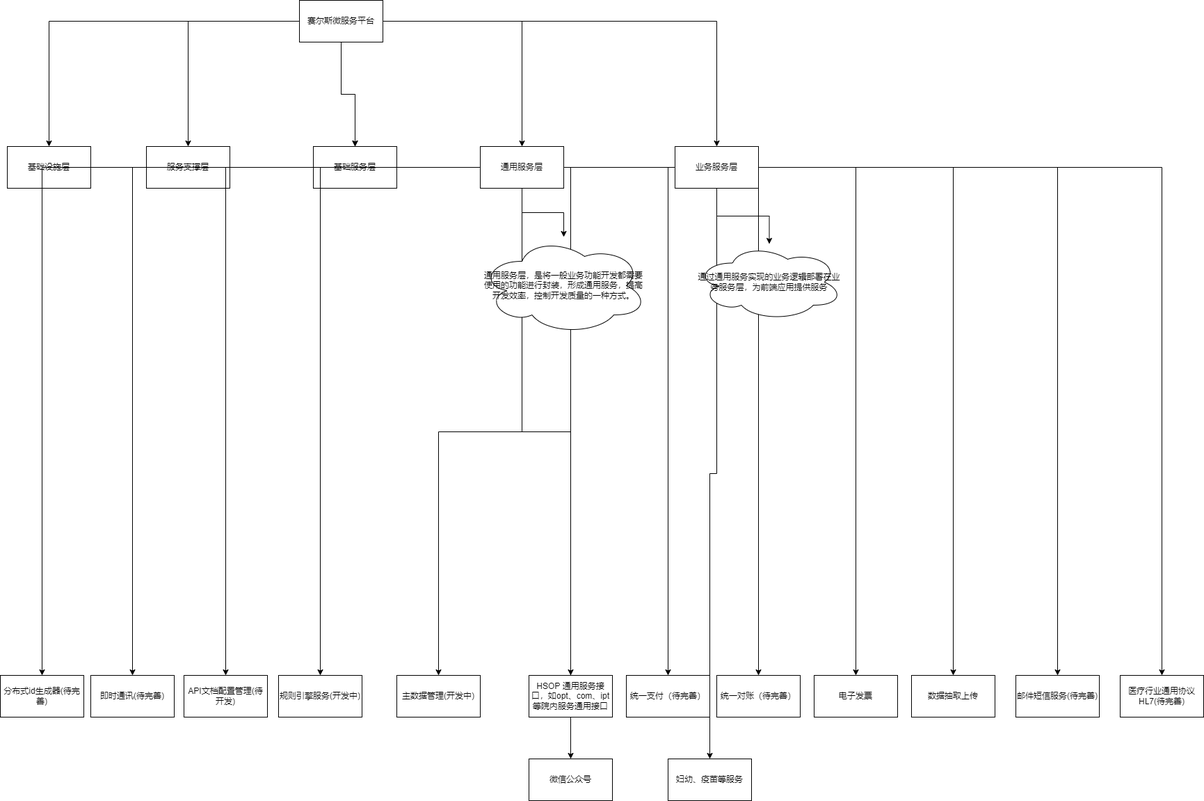
This is 平台结构.drawio.png from climbLiu/doc, a draw.io export, as it was before one commit. Source tidied: cells renumbered, new cells last; positions are measured from the earlier drawing's top-left corner, leaving out a move shared by most shapes.
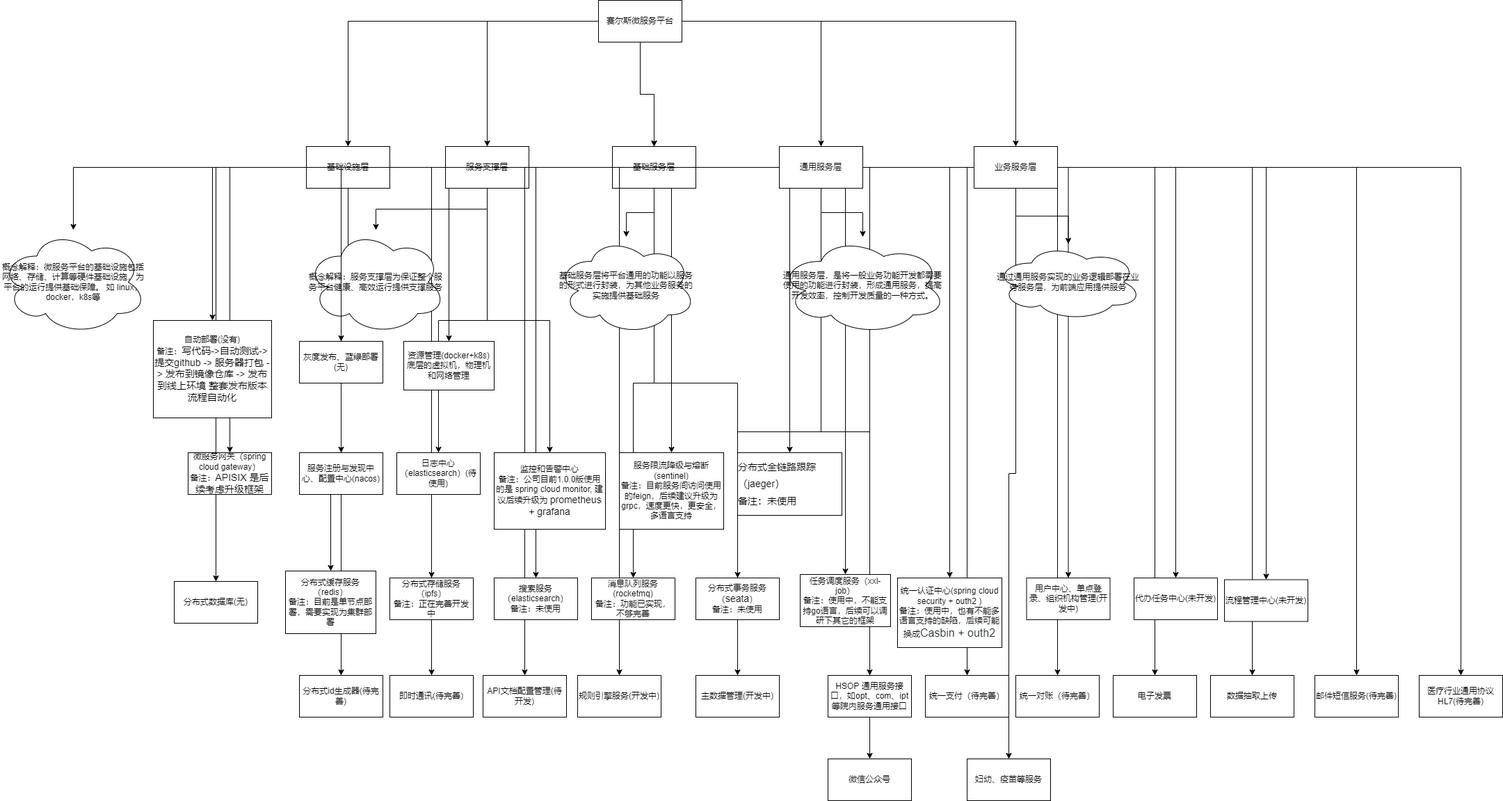
Later version of the same file.

Commit message:
更新平台结构.drawio.png

Diff of the diagram source:
```diff
@@ -23,13 +23,82 @@
     <mxCell id="8" value="赛尔斯微服务平台" style="whiteSpace=wrap;html=1;align=center;newEdgeStyle={&quot;edgeStyle&quot;:&quot;elbowEdgeStyle&quot;,&quot;startArrow&quot;:&quot;none&quot;,&quot;endArrow&quot;:&quot;none&quot;};" parent="1" vertex="1">
       <mxGeometry x="430" width="120" height="60" as="geometry" />
     </mxCell>
+    <mxCell id="46" style="edgeStyle=orthogonalEdgeStyle;rounded=0;jettySize=auto;html=1;" parent="1" edge="1" source="9" target="69">
+      <mxGeometry relative="1" as="geometry" />
+    </mxCell>
+    <mxCell id="47" style="edgeStyle=orthogonalEdgeStyle;rounded=0;jettySize=auto;html=1;" parent="1" edge="1" source="9" target="88">
+      <mxGeometry relative="1" as="geometry" />
+    </mxCell>
+    <mxCell id="48" style="edgeStyle=orthogonalEdgeStyle;rounded=0;jettySize=auto;html=1;" parent="1" edge="1" source="9" target="91">
+      <mxGeometry relative="1" as="geometry" />
+    </mxCell>
+    <mxCell id="49" style="edgeStyle=orthogonalEdgeStyle;rounded=0;jettySize=auto;html=1;" parent="1" edge="1" source="9" target="89">
+      <mxGeometry relative="1" as="geometry" />
+    </mxCell>
-    <mxCell id="9" value="基础设施层" style="whiteSpace=wrap;html=1;align=center;newEdgeStyle={&quot;edgeStyle&quot;:&quot;elbowEdgeStyle&quot;,&quot;startArrow&quot;:&quot;none&quot;,&quot;endArrow&quot;:&quot;none&quot;};" parent="1" vertex="1" collapsed="1">
+    <mxCell id="9" value="基础设施层" style="whiteSpace=wrap;html=1;align=center;newEdgeStyle={&quot;edgeStyle&quot;:&quot;elbowEdgeStyle&quot;,&quot;startArrow&quot;:&quot;none&quot;,&quot;endArrow&quot;:&quot;none&quot;};" parent="1" vertex="1">
       <mxGeometry x="10" y="210" width="120" height="60" as="geometry" />
     </mxCell>
+    <mxCell id="50" style="edgeStyle=orthogonalEdgeStyle;rounded=0;jettySize=auto;html=1;" parent="1" edge="1" source="10" target="70">
+      <mxGeometry relative="1" as="geometry" />
+    </mxCell>
+    <mxCell id="51" style="edgeStyle=orthogonalEdgeStyle;rounded=0;jettySize=auto;html=1;" parent="1" edge="1" source="10" target="72">
+      <mxGeometry relative="1" as="geometry" />
+    </mxCell>
+    <mxCell id="52" style="edgeStyle=orthogonalEdgeStyle;rounded=0;jettySize=auto;html=1;" parent="1" edge="1" source="10" target="73">
+      <mxGeometry relative="1" as="geometry" />
+    </mxCell>
+    <mxCell id="53" style="edgeStyle=orthogonalEdgeStyle;rounded=0;jettySize=auto;html=1;" parent="1" edge="1" source="10" target="74">
+      <mxGeometry relative="1" as="geometry" />
+    </mxCell>
+    <mxCell id="54" style="edgeStyle=orthogonalEdgeStyle;rounded=0;jettySize=auto;html=1;" parent="1" edge="1" source="10" target="75">
+      <mxGeometry relative="1" as="geometry" />
+    </mxCell>
+    <mxCell id="55" style="edgeStyle=orthogonalEdgeStyle;rounded=0;jettySize=auto;html=1;" parent="1" edge="1" source="10" target="76">
+      <mxGeometry relative="1" as="geometry" />
+    </mxCell>
+    <mxCell id="56" style="edgeStyle=orthogonalEdgeStyle;rounded=0;jettySize=auto;html=1;" parent="1" edge="1" source="10" target="82">
+      <mxGeometry relative="1" as="geometry" />
+    </mxCell>
-    <mxCell id="10" value="服务支撑层" style="whiteSpace=wrap;html=1;align=center;newEdgeStyle={&quot;edgeStyle&quot;:&quot;elbowEdgeStyle&quot;,&quot;startArrow&quot;:&quot;none&quot;,&quot;endArrow&quot;:&quot;none&quot;};" parent="1" vertex="1" collapsed="1">
+    <mxCell id="10" value="服务支撑层" style="whiteSpace=wrap;html=1;align=center;newEdgeStyle={&quot;edgeStyle&quot;:&quot;elbowEdgeStyle&quot;,&quot;startArrow&quot;:&quot;none&quot;,&quot;endArrow&quot;:&quot;none&quot;};" parent="1" vertex="1">
       <mxGeometry x="210" y="210" width="120" height="60" as="geometry" />
     </mxCell>
+    <mxCell id="57" style="edgeStyle=orthogonalEdgeStyle;rounded=0;jettySize=auto;html=1;" parent="1" edge="1" source="11" target="71">
+      <mxGeometry relative="1" as="geometry" />
+    </mxCell>
+    <mxCell id="58" style="edgeStyle=orthogonalEdgeStyle;rounded=0;jettySize=auto;html=1;startArrow=none;" parent="1" edge="1" source="91" target="77">
+      <mxGeometry relative="1" as="geometry" />
+    </mxCell>
+    <mxCell id="59" style="edgeStyle=orthogonalEdgeStyle;rounded=0;jettySize=auto;html=1;" parent="1" edge="1" source="11" target="78">
+      <mxGeometry relative="1" as="geometry" />
+    </mxCell>
+    <mxCell id="60" style="edgeStyle=orthogonalEdgeStyle;rounded=0;jettySize=auto;html=1;" parent="1" edge="1" source="11" target="79">
+      <mxGeometry relative="1" as="geometry" />
+    </mxCell>
+    <mxCell id="61" style="edgeStyle=orthogonalEdgeStyle;rounded=0;jettySize=auto;html=1;" parent="1" edge="1" source="11" target="80">
+      <mxGeometry relative="1" as="geometry" />
+    </mxCell>
+    <mxCell id="62" style="edgeStyle=orthogonalEdgeStyle;rounded=0;jettySize=auto;html=1;" parent="1" edge="1" source="11" target="81">
+      <mxGeometry relative="1" as="geometry" />
+    </mxCell>
+    <mxCell id="63" style="edgeStyle=orthogonalEdgeStyle;rounded=0;jettySize=auto;html=1;" parent="1" edge="1" source="11" target="83">
+      <mxGeometry relative="1" as="geometry" />
+    </mxCell>
+    <mxCell id="64" style="edgeStyle=orthogonalEdgeStyle;rounded=0;jettySize=auto;html=1;" parent="1" edge="1" source="11" target="84">
+      <mxGeometry relative="1" as="geometry" />
+    </mxCell>
+    <mxCell id="65" style="edgeStyle=orthogonalEdgeStyle;rounded=0;jettySize=auto;html=1;" parent="1" edge="1" source="11" target="85">
+      <mxGeometry relative="1" as="geometry" />
+    </mxCell>
+    <mxCell id="66" style="edgeStyle=orthogonalEdgeStyle;rounded=0;jettySize=auto;html=1;" parent="1" edge="1" source="11" target="86">
+      <mxGeometry relative="1" as="geometry" />
+    </mxCell>
+    <mxCell id="67" style="edgeStyle=orthogonalEdgeStyle;rounded=0;jettySize=auto;html=1;" parent="1" edge="1" source="11" target="87">
+      <mxGeometry relative="1" as="geometry" />
+    </mxCell>
+    <mxCell id="68" style="edgeStyle=orthogonalEdgeStyle;rounded=0;jettySize=auto;html=1;" parent="1" edge="1" source="11" target="90">
+      <mxGeometry relative="1" as="geometry" />
+    </mxCell>
-    <mxCell id="11" value="基础服务层" style="whiteSpace=wrap;html=1;align=center;newEdgeStyle={&quot;edgeStyle&quot;:&quot;elbowEdgeStyle&quot;,&quot;startArrow&quot;:&quot;none&quot;,&quot;endArrow&quot;:&quot;none&quot;};" parent="1" vertex="1" collapsed="1">
+    <mxCell id="11" value="基础服务层" style="whiteSpace=wrap;html=1;align=center;newEdgeStyle={&quot;edgeStyle&quot;:&quot;elbowEdgeStyle&quot;,&quot;startArrow&quot;:&quot;none&quot;,&quot;endArrow&quot;:&quot;none&quot;};" parent="1" vertex="1">
       <mxGeometry x="450" y="210" width="120" height="60" as="geometry" />
     </mxCell>
     <mxCell id="12" style="edgeStyle=orthogonalEdgeStyle;rounded=0;jettySize=auto;html=1;" parent="1" edge="1" source="25" target="30">
@@ -86,12 +155,69 @@
     <mxCell id="29" value="业务服务层" style="whiteSpace=wrap;html=1;align=center;newEdgeStyle={&quot;edgeStyle&quot;:&quot;elbowEdgeStyle&quot;,&quot;startArrow&quot;:&quot;none&quot;,&quot;endArrow&quot;:&quot;none&quot;};" parent="1" vertex="1">
       <mxGeometry x="970" y="210" width="120" height="60" as="geometry" />
     </mxCell>
+    <mxCell id="69" value="&lt;span&gt;概念解释：微服务平台的基础设施包括网络、存储、计算等硬件基础设施，为平台的运行提供基础保障。 如 linux，docker，k8s等&lt;/span&gt;" style="ellipse;shape=cloud;whiteSpace=wrap;html=1;" parent="1" vertex="1">
+      <mxGeometry x="-430" y="330" width="210" height="150" as="geometry" />
+    </mxCell>
+    <mxCell id="70" value="概念解释：服务支撑层为保证整个服务平台健康、高效运行提供支撑服务" style="ellipse;shape=cloud;whiteSpace=wrap;html=1;" parent="1" vertex="1">
+      <mxGeometry x="10" y="330" width="200" height="150" as="geometry" />
+    </mxCell>
+    <mxCell id="71" value="&#10;&#10;基础服务层将平台通用的功能以服务的形式进行封装，为其他业务服务的实施提供基础服务&#10;&#10;" style="ellipse;shape=cloud;whiteSpace=wrap;html=1;" parent="1" vertex="1">
+      <mxGeometry x="370" y="340" width="200" height="140" as="geometry" />
+    </mxCell>
     <mxCell id="30" value="通用服务层，是将一般业务功能开发都需要使用的功能进行封装，形成通用服务，提高开发效率，控制开发质量的一种方式。" style="ellipse;shape=cloud;whiteSpace=wrap;html=1;" parent="1" vertex="1">
       <mxGeometry x="690" y="340" width="240" height="140" as="geometry" />
     </mxCell>
     <mxCell id="31" value="通过通用服务实现的业务逻辑部署在业务服务层，为前端应用提供服务" style="ellipse;shape=cloud;whiteSpace=wrap;html=1;" parent="1" vertex="1">
       <mxGeometry x="1000" y="350" width="211" height="110" as="geometry" />
     </mxCell>
+    <mxCell id="72" value="服务注册与发现中心、配置中心(nacos)" style="whiteSpace=wrap;html=1;align=center;newEdgeStyle={&quot;edgeStyle&quot;:&quot;elbowEdgeStyle&quot;,&quot;startArrow&quot;:&quot;none&quot;,&quot;endArrow&quot;:&quot;none&quot;};" parent="1" vertex="1">
+      <mxGeometry y="650" width="120" height="60" as="geometry" />
+    </mxCell>
+    <mxCell id="73" value="日志中心（elasticsearch）(待使用)" style="whiteSpace=wrap;html=1;align=center;newEdgeStyle={&quot;edgeStyle&quot;:&quot;elbowEdgeStyle&quot;,&quot;startArrow&quot;:&quot;none&quot;,&quot;endArrow&quot;:&quot;none&quot;};" parent="1" vertex="1">
+      <mxGeometry x="140" y="650" width="120" height="60" as="geometry" />
+    </mxCell>
+    <mxCell id="74" value="监控和告警中心&lt;br&gt;备注：公司目前1.0.0版使用的是 spring cloud monitor, 建议后续升级为&amp;nbsp;&lt;span style=&quot;font-size: 14px ; text-align: left&quot;&gt;prometheus + grafana&lt;/span&gt;" style="whiteSpace=wrap;html=1;align=center;newEdgeStyle={&quot;edgeStyle&quot;:&quot;elbowEdgeStyle&quot;,&quot;startArrow&quot;:&quot;none&quot;,&quot;endArrow&quot;:&quot;none&quot;};" parent="1" vertex="1">
+      <mxGeometry x="280" y="650" width="160" height="110" as="geometry" />
+    </mxCell>
+    <mxCell id="75" value="服务限流降级与熔断(sentinel)&lt;br&gt;备注：目前服务间访问使用的feign，后续建议升级为grpc，速度更快，更安全，多语言支持" style="whiteSpace=wrap;html=1;align=center;newEdgeStyle={&quot;edgeStyle&quot;:&quot;elbowEdgeStyle&quot;,&quot;startArrow&quot;:&quot;none&quot;,&quot;endArrow&quot;:&quot;none&quot;};" parent="1" vertex="1">
+      <mxGeometry x="460" y="650" width="150" height="110" as="geometry" />
+    </mxCell>
+    <mxCell id="76" value="微服务网关（spring cloud gateway）&lt;br&gt;备注：&lt;span style=&quot;font-size: 14px ; text-align: left&quot;&gt;APISIX 是后续考虑升级框架&lt;/span&gt;" style="whiteSpace=wrap;html=1;align=center;newEdgeStyle={&quot;edgeStyle&quot;:&quot;elbowEdgeStyle&quot;,&quot;startArrow&quot;:&quot;none&quot;,&quot;endArrow&quot;:&quot;none&quot;};" parent="1" vertex="1">
+      <mxGeometry x="-160" y="650" width="120" height="60" as="geometry" />
+    </mxCell>
+    <mxCell id="77" value="分布式缓存服务（redis）&lt;br&gt;备注：目前是单节点部署，需要实现为集群部署" style="whiteSpace=wrap;html=1;align=center;newEdgeStyle={&quot;edgeStyle&quot;:&quot;elbowEdgeStyle&quot;,&quot;startArrow&quot;:&quot;none&quot;,&quot;endArrow&quot;:&quot;none&quot;};" parent="1" vertex="1">
+      <mxGeometry x="-20" y="820" width="130" height="90" as="geometry" />
+    </mxCell>
+    <mxCell id="78" value="分布式存储服务（ipfs）&lt;br&gt;备注：正在完善开发中" style="whiteSpace=wrap;html=1;align=center;newEdgeStyle={&quot;edgeStyle&quot;:&quot;elbowEdgeStyle&quot;,&quot;startArrow&quot;:&quot;none&quot;,&quot;endArrow&quot;:&quot;none&quot;};" parent="1" vertex="1">
+      <mxGeometry x="130" y="830" width="120" height="60" as="geometry" />
+    </mxCell>
+    <mxCell id="79" value="搜索服务（elasticsearch）&lt;br&gt;备注：未使用" style="whiteSpace=wrap;html=1;align=center;newEdgeStyle={&quot;edgeStyle&quot;:&quot;elbowEdgeStyle&quot;,&quot;startArrow&quot;:&quot;none&quot;,&quot;endArrow&quot;:&quot;none&quot;};" parent="1" vertex="1">
+      <mxGeometry x="280" y="830" width="120" height="60" as="geometry" />
+    </mxCell>
+    <mxCell id="80" value="消息队列服务(rocketmq)&lt;br&gt;备注：功能已实现，不够完善" style="whiteSpace=wrap;html=1;align=center;newEdgeStyle={&quot;edgeStyle&quot;:&quot;elbowEdgeStyle&quot;,&quot;startArrow&quot;:&quot;none&quot;,&quot;endArrow&quot;:&quot;none&quot;};" parent="1" vertex="1">
+      <mxGeometry x="420" y="830" width="120" height="60" as="geometry" />
+    </mxCell>
+    <mxCell id="81" value="分布式事务服务（&lt;span style=&quot;font-size: 14px ; text-align: left&quot;&gt;seata&lt;/span&gt;&lt;span&gt;）&lt;br&gt;&lt;/span&gt;备注：未使用" style="whiteSpace=wrap;html=1;align=center;newEdgeStyle={&quot;edgeStyle&quot;:&quot;elbowEdgeStyle&quot;,&quot;startArrow&quot;:&quot;none&quot;,&quot;endArrow&quot;:&quot;none&quot;};" parent="1" vertex="1">
+      <mxGeometry x="570" y="830" width="120" height="60" as="geometry" />
+    </mxCell>
+    <mxCell id="82" value="&lt;div style=&quot;line-height: 1.75 ; font-size: 14px ; text-align: left&quot;&gt;分布式全链路跟踪（&lt;span&gt;jaeger&lt;/span&gt;&lt;span&gt;）&lt;/span&gt;&lt;/div&gt;&lt;div style=&quot;line-height: 1.75 ; font-size: 14px ; text-align: left&quot;&gt;&lt;span&gt;备注：未使用&lt;/span&gt;&lt;/div&gt;" style="whiteSpace=wrap;html=1;align=center;newEdgeStyle={&quot;edgeStyle&quot;:&quot;elbowEdgeStyle&quot;,&quot;startArrow&quot;:&quot;none&quot;,&quot;endArrow&quot;:&quot;none&quot;};" parent="1" vertex="1">
+      <mxGeometry x="630" y="650" width="150" height="90" as="geometry" />
+    </mxCell>
+    <mxCell id="83" value="任务调度服务（xxl-job）&lt;br&gt;备注：使用中，不能支持go语言，后续可以调研下其它的框架" style="whiteSpace=wrap;html=1;align=center;newEdgeStyle={&quot;edgeStyle&quot;:&quot;elbowEdgeStyle&quot;,&quot;startArrow&quot;:&quot;none&quot;,&quot;endArrow&quot;:&quot;none&quot;};" parent="1" vertex="1">
+      <mxGeometry x="720" y="825" width="130" height="75" as="geometry" />
+    </mxCell>
+    <mxCell id="84" value="统一认证中心(spring cloud security + outh2 )&lt;br&gt;备注：使用中，也有不能多语言支持的缺陷，后续可能换成&lt;span style=&quot;background-color: rgb(255 , 255 , 255) ; color: rgb(36 , 41 , 46) ; font-size: 16px ; text-align: left&quot;&gt;Casbin + outh2&lt;/span&gt;" style="whiteSpace=wrap;html=1;align=center;newEdgeStyle={&quot;edgeStyle&quot;:&quot;elbowEdgeStyle&quot;,&quot;startArrow&quot;:&quot;none&quot;,&quot;endArrow&quot;:&quot;none&quot;};" parent="1" vertex="1">
+      <mxGeometry x="860" y="830" width="150" height="100" as="geometry" />
+    </mxCell>
+    <mxCell id="85" value="用户中心、单点登录、组织机构管理(开发中)" style="whiteSpace=wrap;html=1;align=center;newEdgeStyle={&quot;edgeStyle&quot;:&quot;elbowEdgeStyle&quot;,&quot;startArrow&quot;:&quot;none&quot;,&quot;endArrow&quot;:&quot;none&quot;};" parent="1" vertex="1">
+      <mxGeometry x="1045.5" y="830" width="120" height="60" as="geometry" />
+    </mxCell>
+    <mxCell id="86" value="代办任务中心(未开发)" style="whiteSpace=wrap;html=1;align=center;newEdgeStyle={&quot;edgeStyle&quot;:&quot;elbowEdgeStyle&quot;,&quot;startArrow&quot;:&quot;none&quot;,&quot;endArrow&quot;:&quot;none&quot;};" parent="1" vertex="1">
+      <mxGeometry x="1200" y="830" width="120" height="60" as="geometry" />
+    </mxCell>
+    <mxCell id="87" value="流程管理中心(未开发)" style="whiteSpace=wrap;html=1;align=center;newEdgeStyle={&quot;edgeStyle&quot;:&quot;elbowEdgeStyle&quot;,&quot;startArrow&quot;:&quot;none&quot;,&quot;endArrow&quot;:&quot;none&quot;};" parent="1" vertex="1">
+      <mxGeometry x="1330" y="832.5" width="120" height="60" as="geometry" />
+    </mxCell>
     <mxCell id="32" value="规则引擎服务(开发中)" style="whiteSpace=wrap;html=1;align=center;newEdgeStyle={&quot;edgeStyle&quot;:&quot;elbowEdgeStyle&quot;,&quot;startArrow&quot;:&quot;none&quot;,&quot;endArrow&quot;:&quot;none&quot;};" parent="1" vertex="1">
       <mxGeometry x="400" y="970" width="120" height="60" as="geometry" />
     </mxCell>
@@ -107,6 +233,15 @@
     <mxCell id="36" value="统一对账（待完善）" style="whiteSpace=wrap;html=1;align=center;newEdgeStyle={&quot;edgeStyle&quot;:&quot;elbowEdgeStyle&quot;,&quot;startArrow&quot;:&quot;none&quot;,&quot;endArrow&quot;:&quot;none&quot;};" parent="1" vertex="1">
       <mxGeometry x="1030" y="970" width="120" height="60" as="geometry" />
     </mxCell>
+    <mxCell id="88" value="自动部署(没有)&lt;br&gt;备注：&lt;span style=&quot;font-size: 14px ; text-align: left&quot;&gt;写代码-&amp;gt;自动测试-&amp;gt;  提交github -&amp;gt; 服务器打包    -&amp;gt; 发布到镜像仓库   -&amp;gt; 发布到线上环境 整套发布版本流程自动化&lt;/span&gt;" style="whiteSpace=wrap;html=1;align=center;newEdgeStyle={&quot;edgeStyle&quot;:&quot;elbowEdgeStyle&quot;,&quot;startArrow&quot;:&quot;none&quot;,&quot;endArrow&quot;:&quot;none&quot;};" parent="1" vertex="1">
+      <mxGeometry x="-210" y="460" width="170" height="140" as="geometry" />
+    </mxCell>
+    <mxCell id="89" value="资源管理(docker+k8s)&lt;br&gt;底层的虚拟机，物理机和网络管理" style="whiteSpace=wrap;html=1;align=center;newEdgeStyle={&quot;edgeStyle&quot;:&quot;elbowEdgeStyle&quot;,&quot;startArrow&quot;:&quot;none&quot;,&quot;endArrow&quot;:&quot;none&quot;};" parent="1" vertex="1">
+      <mxGeometry x="150" y="490" width="130" height="70" as="geometry" />
+    </mxCell>
+    <mxCell id="90" value="分布式数据库(无)" style="whiteSpace=wrap;html=1;align=center;newEdgeStyle={&quot;edgeStyle&quot;:&quot;elbowEdgeStyle&quot;,&quot;startArrow&quot;:&quot;none&quot;,&quot;endArrow&quot;:&quot;none&quot;};" parent="1" vertex="1">
+      <mxGeometry x="-180" y="835" width="120" height="60" as="geometry" />
+    </mxCell>
     <mxCell id="37" value="电子发票" style="whiteSpace=wrap;html=1;align=center;newEdgeStyle={&quot;edgeStyle&quot;:&quot;elbowEdgeStyle&quot;,&quot;startArrow&quot;:&quot;none&quot;,&quot;endArrow&quot;:&quot;none&quot;};" parent="1" vertex="1">
       <mxGeometry x="1170" y="970" width="120" height="60" as="geometry" />
     </mxCell>
@@ -134,5 +269,11 @@
     <mxCell id="45" value="分布式id生成器(待完善)" style="whiteSpace=wrap;html=1;align=center;newEdgeStyle={&quot;edgeStyle&quot;:&quot;elbowEdgeStyle&quot;,&quot;startArrow&quot;:&quot;none&quot;,&quot;endArrow&quot;:&quot;none&quot;};" parent="1" vertex="1">
       <mxGeometry y="970" width="120" height="60" as="geometry" />
     </mxCell>
+    <mxCell id="91" value="灰度发布、蓝绿部署(无)" style="whiteSpace=wrap;html=1;align=center;newEdgeStyle={&quot;edgeStyle&quot;:&quot;elbowEdgeStyle&quot;,&quot;startArrow&quot;:&quot;none&quot;,&quot;endArrow&quot;:&quot;none&quot;};" parent="1" vertex="1">
+      <mxGeometry y="490" width="120" height="60" as="geometry" />
+    </mxCell>
+    <mxCell id="92" style="edgeStyle=orthogonalEdgeStyle;rounded=0;jettySize=auto;html=1;endArrow=none;" parent="1" edge="1" source="11" target="91">
+      <mxGeometry relative="1" as="geometry" />
+    </mxCell>
   </root>
 </mxGraphModel>
```
